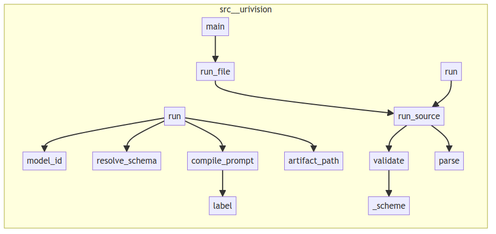
The Mermaid diagram project/calls.png in if-uri/urivision, before a commit. Its source is kept beside it as project/calls.mmd. The source it was exported from:
```mermaid
flowchart LR
    subgraph src__urivision
        src__urivision__resolver__label["label"]
        src__urivision__resolver__artifact_path["artifact_path"]
        src__urivision__compiler__compile_prompt["compile_prompt"]
        src__urivision__validators___scheme["_scheme"]
        src__urivision__resolver__model_id["model_id"]
        src__urivision__run_source["run_source"]
        src__urivision__dsl__parse["parse"]
        src__urivision__schemas__resolve_schema["resolve_schema"]
        src__urivision__runner_litellm__run["run"]
        src__urivision__validators__validate["validate"]
        src__urivision__run["run"]
        src__urivision__run_file["run_file"]
        src__urivision__cli__main["main"]
    end
    src__urivision__cli__main --> src__urivision__run_file
    src__urivision__runner_litellm__run --> src__urivision__resolver__model_id
    src__urivision__runner_litellm__run --> src__urivision__schemas__resolve_schema
    src__urivision__runner_litellm__run --> src__urivision__compiler__compile_prompt
    src__urivision__runner_litellm__run --> src__urivision__resolver__artifact_path
    src__urivision__run_source --> src__urivision__validators__validate
    src__urivision__run_source --> src__urivision__dsl__parse
    src__urivision__run_file --> src__urivision__run_source
    src__urivision__run --> src__urivision__run_source
    src__urivision__validators__validate --> src__urivision__validators___scheme
    src__urivision__compiler__compile_prompt --> src__urivision__resolver__label
```
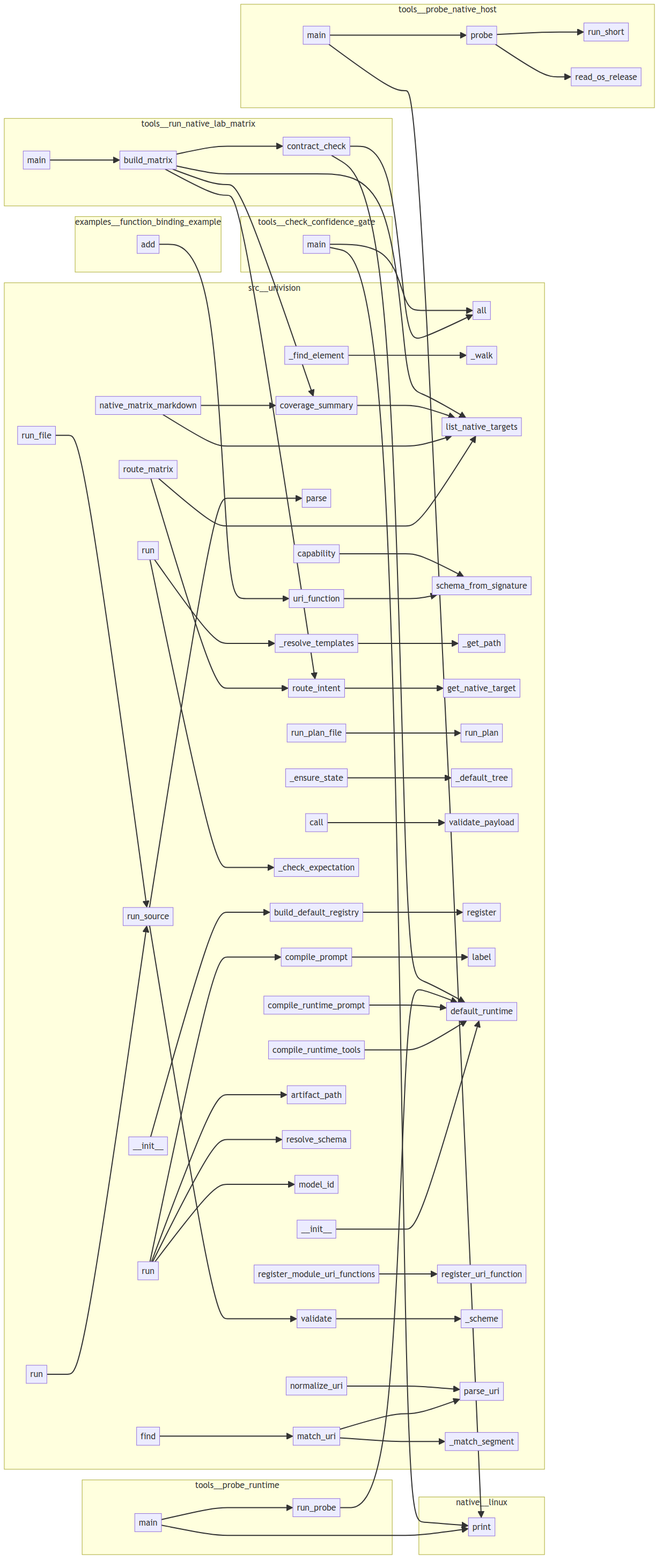
Later version of the same file.

What changed in the source:
```diff
@@ -1,27 +1,127 @@
 flowchart LR
+    subgraph examples__function_binding_example
+        examples__function_binding_example__add["add"]
+    end
+    subgraph native__linux
+        native__linux__probe_linux_display__print["print"]
+    end
     subgraph src__urivision
+        src__urivision__registry__CapabilityRegistry__find["find"]
+        src__urivision__runtime___ensure_state["_ensure_state"]
+        src__urivision__uri__match_uri["match_uri"]
+        src__urivision__registry__CapabilityRegistry__all["all"]
+        src__urivision__runtime___walk["_walk"]
+        src__urivision__registry__CapabilityRegistry__call["call"]
+        src__urivision__dsl__parse["parse"]
+        src__urivision__native_profiles__list_native_targets["list_native_targets"]
+        src__urivision__bindings__register_module_uri_functions["register_module_uri_functions"]
+        src__urivision__orchestrator___resolve_templates["_resolve_templates"]
+        src__urivision__registry__schema_from_signature["schema_from_signature"]
+        src__urivision__validators__validate["validate"]
+        src__urivision__orchestrator___get_path["_get_path"]
+        src__urivision__runtime__build_default_registry["build_default_registry"]
+        src__urivision__run_source["run_source"]
+        src__urivision__native_profiles__get_native_target["get_native_target"]
+        src__urivision__orchestrator__run_plan["run_plan"]
+        src__urivision__orchestrator__PlanRunner____init__["__init__"]
+        src__urivision__compiler__compile_prompt["compile_prompt"]
+        src__urivision__run_file["run_file"]
+        src__urivision__orchestrator__PlanRunner__run["run"]
+        src__urivision__orchestrator__run_plan_file["run_plan_file"]
+        src__urivision__uri__normalize_uri["normalize_uri"]
+        src__urivision__runtime___default_tree["_default_tree"]
+        src__urivision__registry__validate_payload["validate_payload"]
+        src__urivision__registry__CapabilityRegistry__register["register"]
+        src__urivision__orchestrator___check_expectation["_check_expectation"]
         src__urivision__resolver__label["label"]
+        src__urivision__bindings__uri_function["uri_function"]
+        src__urivision__runtime__default_runtime["default_runtime"]
+        src__urivision__llm_catalog__compile_runtime_prompt["compile_runtime_prompt"]
+        src__urivision__llm_catalog__compile_runtime_tools["compile_runtime_tools"]
+        src__urivision__bindings__register_uri_function["register_uri_function"]
+        src__urivision__native_profiles__native_matrix_markdown["native_matrix_markdown"]
+        src__urivision__run["run"]
+        src__urivision__method_router__route_matrix["route_matrix"]
+        src__urivision__runtime___find_element["_find_element"]
+        src__urivision__validators___scheme["_scheme"]
+        src__urivision__runner_litellm__run["run"]
         src__urivision__resolver__artifact_path["artifact_path"]
-        src__urivision__compiler__compile_prompt["compile_prompt"]
-        src__urivision__validators___scheme["_scheme"]
+        src__urivision__schemas__resolve_schema["resolve_schema"]
+        src__urivision__uri__parse_uri["parse_uri"]
+        src__urivision__runtime__UriRuntime____init__["__init__"]
         src__urivision__resolver__model_id["model_id"]
-        src__urivision__run_source["run_source"]
-        src__urivision__dsl__parse["parse"]
-        src__urivision__schemas__resolve_schema["resolve_schema"]
-        src__urivision__runner_litellm__run["run"]
-        src__urivision__validators__validate["validate"]
-        src__urivision__run["run"]
-        src__urivision__run_file["run_file"]
-        src__urivision__cli__main["main"]
+        src__urivision__registry__CapabilityRegistry__capability["capability"]
+        src__urivision__uri___match_segment["_match_segment"]
+        src__urivision__native_profiles__coverage_summary["coverage_summary"]
+        src__urivision__method_router__route_intent["route_intent"]
     end
-    src__urivision__cli__main --> src__urivision__run_file
+    subgraph tools__check_confidence_gate
+        tools__check_confidence_gate__main["main"]
+    end
+    subgraph tools__probe_native_host
+        tools__probe_native_host__probe["probe"]
+        tools__probe_native_host__run_short["run_short"]
+        tools__probe_native_host__main["main"]
+        tools__probe_native_host__read_os_release["read_os_release"]
+    end
+    subgraph tools__probe_runtime
+        tools__probe_runtime__run_probe["run_probe"]
+        tools__probe_runtime__main["main"]
+    end
+    subgraph tools__run_native_lab_matrix
+        tools__run_native_lab_matrix__main["main"]
+        tools__run_native_lab_matrix__build_matrix["build_matrix"]
+        tools__run_native_lab_matrix__contract_check["contract_check"]
+    end
     src__urivision__runner_litellm__run --> src__urivision__resolver__model_id
     src__urivision__runner_litellm__run --> src__urivision__schemas__resolve_schema
     src__urivision__runner_litellm__run --> src__urivision__compiler__compile_prompt
     src__urivision__runner_litellm__run --> src__urivision__resolver__artifact_path
+    src__urivision__compiler__compile_prompt --> src__urivision__resolver__label
+    src__urivision__registry__CapabilityRegistry__capability --> src__urivision__registry__schema_from_signature
+    src__urivision__registry__CapabilityRegistry__find --> src__urivision__uri__match_uri
+    src__urivision__registry__CapabilityRegistry__call --> src__urivision__registry__validate_payload
+    tools__check_confidence_gate__main --> native__linux__probe_linux_display__print
+    tools__check_confidence_gate__main --> src__urivision__registry__CapabilityRegistry__all
+    tools__run_native_lab_matrix__contract_check --> src__urivision__runtime__default_runtime
+    tools__run_native_lab_matrix__contract_check --> src__urivision__registry__CapabilityRegistry__all
+    tools__run_native_lab_matrix__build_matrix --> tools__run_native_lab_matrix__contract_check
+    tools__run_native_lab_matrix__build_matrix --> src__urivision__native_profiles__list_native_targets
+    tools__run_native_lab_matrix__build_matrix --> src__urivision__native_profiles__coverage_summary
+    tools__run_native_lab_matrix__build_matrix --> src__urivision__method_router__route_intent
+    tools__run_native_lab_matrix__main --> tools__run_native_lab_matrix__build_matrix
+    tools__probe_native_host__probe --> tools__probe_native_host__run_short
+    tools__probe_native_host__probe --> tools__probe_native_host__read_os_release
+    tools__probe_native_host__main --> tools__probe_native_host__probe
+    tools__probe_native_host__main --> native__linux__probe_linux_display__print
     src__urivision__run_source --> src__urivision__validators__validate
     src__urivision__run_source --> src__urivision__dsl__parse
     src__urivision__run_file --> src__urivision__run_source
     src__urivision__run --> src__urivision__run_source
     src__urivision__validators__validate --> src__urivision__validators___scheme
-    src__urivision__compiler__compile_prompt --> src__urivision__resolver__label
+    tools__probe_runtime__run_probe --> src__urivision__runtime__default_runtime
+    tools__probe_runtime__main --> tools__probe_runtime__run_probe
+    tools__probe_runtime__main --> native__linux__probe_linux_display__print
+    src__urivision__llm_catalog__compile_runtime_prompt --> src__urivision__runtime__default_runtime
+    src__urivision__llm_catalog__compile_runtime_tools --> src__urivision__runtime__default_runtime
+    src__urivision__bindings__uri_function --> src__urivision__registry__schema_from_signature
+    src__urivision__bindings__register_module_uri_functions --> src__urivision__bindings__register_uri_function
+    src__urivision__orchestrator___resolve_templates --> src__urivision__orchestrator___get_path
+    src__urivision__orchestrator__PlanRunner____init__ --> src__urivision__runtime__default_runtime
+    src__urivision__orchestrator__PlanRunner__run --> src__urivision__orchestrator___resolve_templates
+    src__urivision__orchestrator__PlanRunner__run --> src__urivision__orchestrator___check_expectation
+    src__urivision__orchestrator__run_plan_file --> src__urivision__orchestrator__run_plan
+    examples__function_binding_example__add --> src__urivision__bindings__uri_function
+    src__urivision__native_profiles__coverage_summary --> src__urivision__native_profiles__list_native_targets
+    src__urivision__native_profiles__native_matrix_markdown --> src__urivision__native_profiles__coverage_summary
+    src__urivision__native_profiles__native_matrix_markdown --> src__urivision__native_profiles__list_native_targets
+    src__urivision__uri__normalize_uri --> src__urivision__uri__parse_uri
+    src__urivision__uri__match_uri --> src__urivision__uri__parse_uri
+    src__urivision__uri__match_uri --> src__urivision__uri___match_segment
+    src__urivision__runtime___ensure_state --> src__urivision__runtime___default_tree
+    src__urivision__runtime___find_element --> src__urivision__runtime___walk
+    src__urivision__runtime__build_default_registry --> src__urivision__registry__CapabilityRegistry__register
+    src__urivision__runtime__UriRuntime____init__ --> src__urivision__runtime__build_default_registry
+    src__urivision__method_router__route_intent --> src__urivision__native_profiles__get_native_target
+    src__urivision__method_router__route_matrix --> src__urivision__native_profiles__list_native_targets
+    src__urivision__method_router__route_matrix --> src__urivision__method_router__route_intent
```
